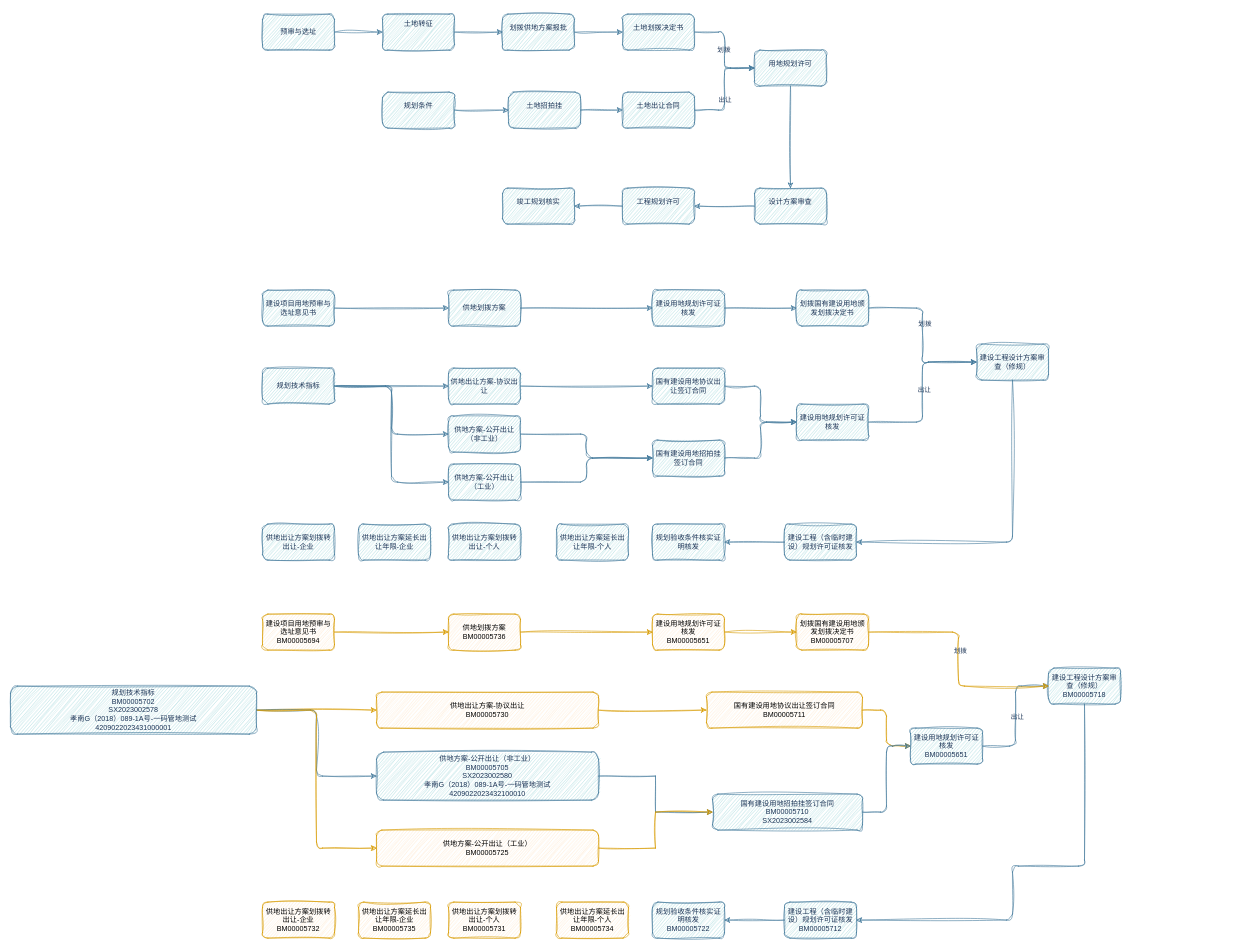
This is 流程.drawio from bom-coder/drawio-store, a draw.io file, before an edit. Source tidied: cells renumbered, new cells numbered last; positions are measured from the earlier drawing's top-left corner, leaving out a move shared by most shapes. Both pictures are drawn from the tidied source at 60%, with x=0, y=0 at pixel (10, 14).
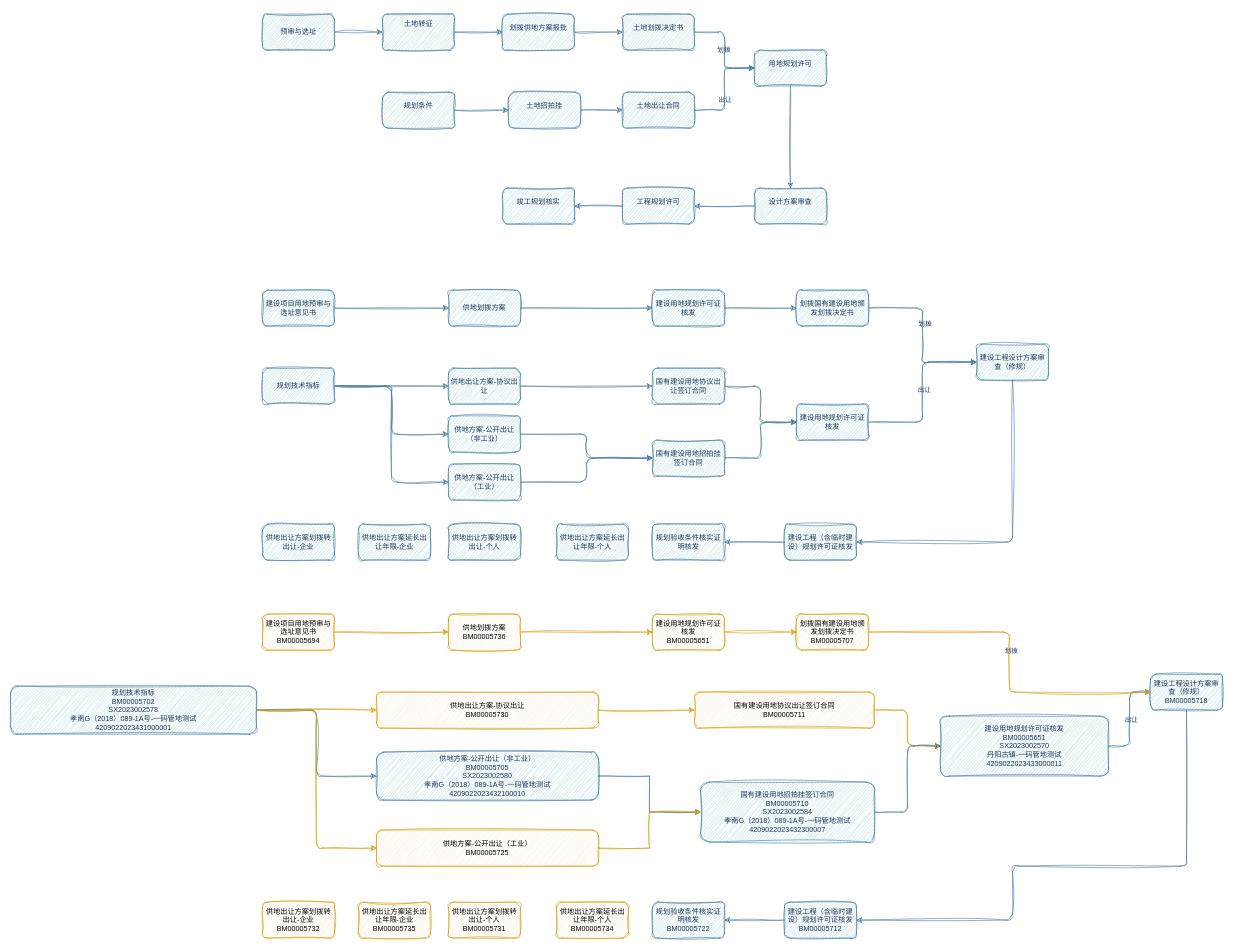
Above is the later version.

Change to the diagram source:
```diff
@@
     <mxCell id="67" value="国有建设用地协议出让签订合同&lt;br style=&quot;border-color: var(--border-color);&quot;&gt;BM00005711" style="rounded=1;whiteSpace=wrap;html=1;sketch=1;curveFitting=1;jiggle=2;labelBackgroundColor=none;fillColor=#ffe6cc;strokeColor=#d79b00;" parent="1" vertex="1">
-      <mxGeometry x="1160" y="1130" width="260" height="60" as="geometry" />
+      <mxGeometry x="1140" y="1130" width="300" height="60" as="geometry" />
     </mxCell>
@@
     <mxCell id="69" value="建设工程设计方案审查（修规）&lt;br style=&quot;border-color: var(--border-color);&quot;&gt;BM00005718" style="rounded=1;whiteSpace=wrap;html=1;sketch=1;curveFitting=1;jiggle=2;labelBackgroundColor=none;fillColor=#A8DADC;strokeColor=#457B9D;fontColor=#1D3557;" parent="1" vertex="1">
-      <mxGeometry x="1730" y="1090" width="120" height="60" as="geometry" />
+      <mxGeometry x="1900" y="1100" width="120" height="60" as="geometry" />
     </mxCell>
@@
-    <mxCell id="80" value="国有建设用地招拍挂签订合同&lt;br style=&quot;border-color: var(--border-color);&quot;&gt;BM00005710&lt;br&gt;SX2023002584" style="rounded=1;whiteSpace=wrap;html=1;sketch=1;curveFitting=1;jiggle=2;labelBackgroundColor=none;fillColor=#A8DADC;strokeColor=#457B9D;fontColor=#1D3557;" parent="1" vertex="1">
-      <mxGeometry x="1170" y="1300" width="250" height="60" as="geometry" />
+    <mxCell id="80" value="国有建设用地招拍挂签订合同&lt;br style=&quot;border-color: var(--border-color);&quot;&gt;BM00005710&lt;br&gt;SX2023002584&lt;br&gt;孝南G（2018）089-1A号-一码管地测试&lt;br&gt;4209022023432300007" style="rounded=1;whiteSpace=wrap;html=1;sketch=1;curveFitting=1;jiggle=2;labelBackgroundColor=none;fillColor=#A8DADC;strokeColor=#457B9D;fontColor=#1D3557;" parent="1" vertex="1">
+      <mxGeometry x="1150" y="1280" width="290" height="100" as="geometry" />
     </mxCell>
@@
-    <mxCell id="91" value="建设用地规划许可证核发&lt;br style=&quot;border-color: var(--border-color);&quot;&gt;BM00005651" style="rounded=1;whiteSpace=wrap;html=1;sketch=1;curveFitting=1;jiggle=2;labelBackgroundColor=none;fillColor=#A8DADC;strokeColor=#457B9D;fontColor=#1D3557;" parent="1" vertex="1">
-      <mxGeometry x="1500" y="1190" width="120" height="60" as="geometry" />
+    <mxCell id="91" value="建设用地规划许可证核发&lt;br style=&quot;border-color: var(--border-color);&quot;&gt;BM00005651&lt;br&gt;SX2023002570&lt;br&gt;丹阳古镇-一码管地测试&lt;br&gt;4209022023433000011&lt;br&gt;" style="rounded=1;whiteSpace=wrap;html=1;sketch=1;curveFitting=1;jiggle=2;labelBackgroundColor=none;fillColor=#A8DADC;strokeColor=#457B9D;fontColor=#1D3557;" parent="1" vertex="1">
+      <mxGeometry x="1550" y="1170" width="280" height="100" as="geometry" />
     </mxCell>
```
